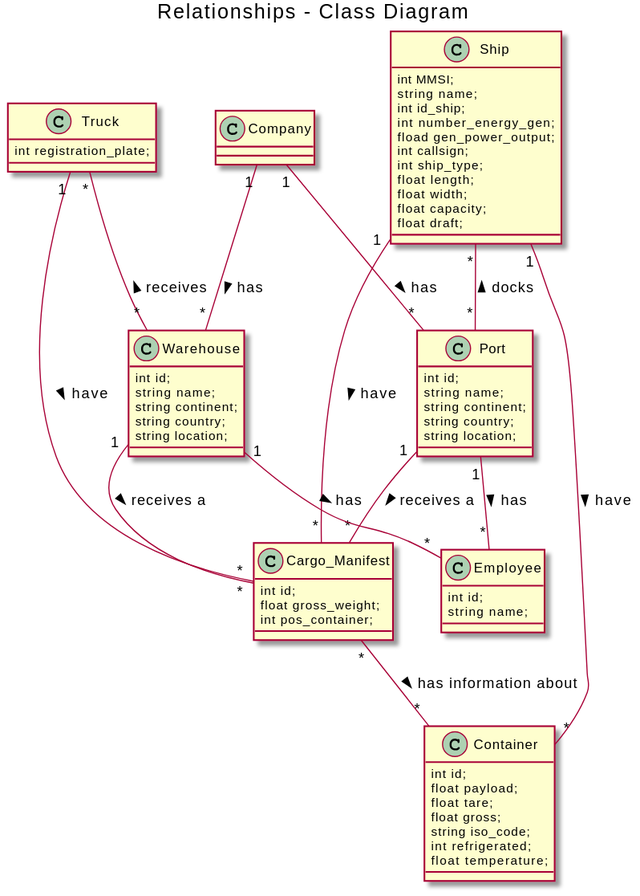
Above: docs/Sprint 1/DM.svg in rui-goncalo/LAPR3 (PlantUML), before the change.
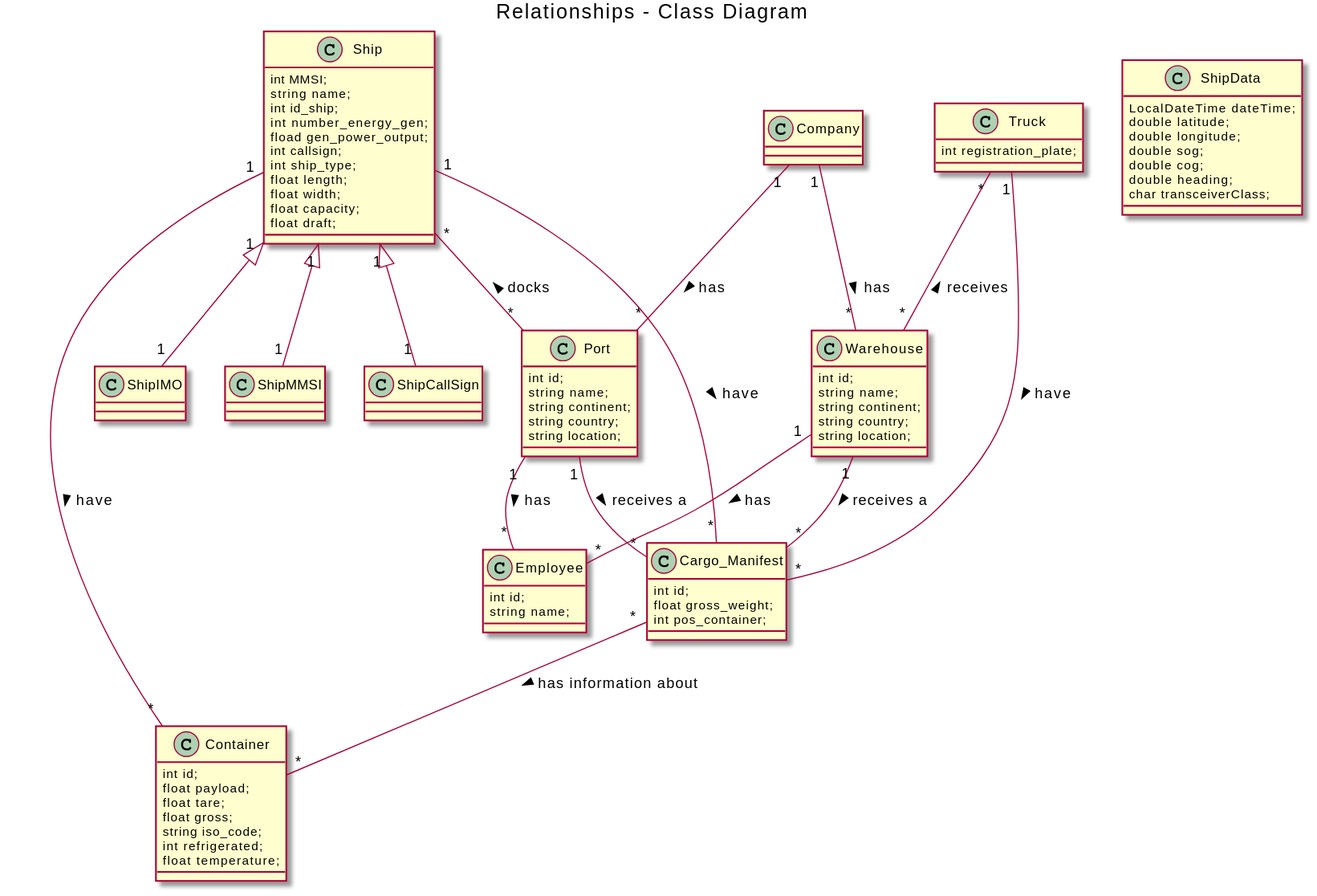
Later version of the same file.

Diff of the diagram source:
```diff
@@ -31,6 +31,24 @@
 float width;
 float capacity;
 float draft;
+}
+
+class ShipCallSign {
+
+}
+
+class ShipIMO {}
+
+class ShipMMSI {}
+
+class ShipData {
+LocalDateTime dateTime;
+double latitude;
+double longitude;
+double sog;
+double cog;
+double heading;
+char transceiverClass;
 }
 
 class Truck {
@@ -70,4 +88,7 @@
 Truck "1" -- "*" Cargo_Manifest: have >
 Port "1" -- "*" Employee: has >
 Warehouse "1" -- "*" Employee: has >
+Ship "1" <|-- "1" ShipIMO
+Ship "1" <|-- "1" ShipCallSign
+Ship "1" <|-- "1" ShipMMSI
 @enduml
```
